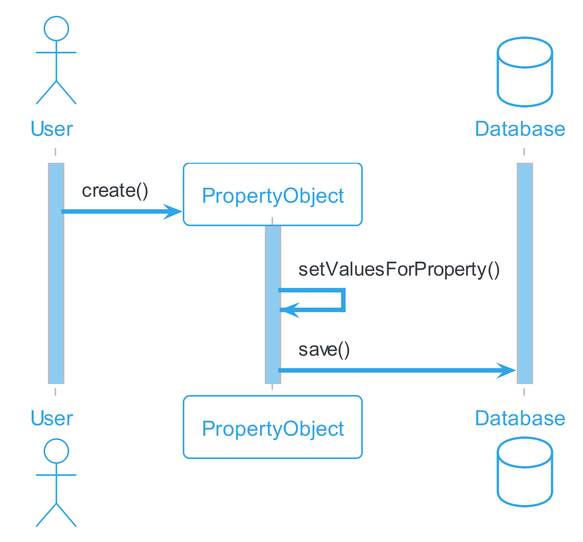
Above: docs/content/diagrams/out/sequenzdiagram/objektErfassen/ObjekttErfassen.png in sirtheta/ImmoGlobal_Semesterarbeit (PlantUML), before the change. Source of this version:
```plantuml
@startuml ObjekttErfassen
!theme cerulean-outline

skinparam sequence {
LifeLineBackgroundColor #8ECBF1
ParticipantPadding 2
}
skinparam dpi 300

actor User as user
activate user
participant PropertyObject as probj
database Database as db
activate db
create probj
user -> probj : create()
activate probj
probj ->probj : setValuesForProperty()
probj ->db : save()
@enduml
```
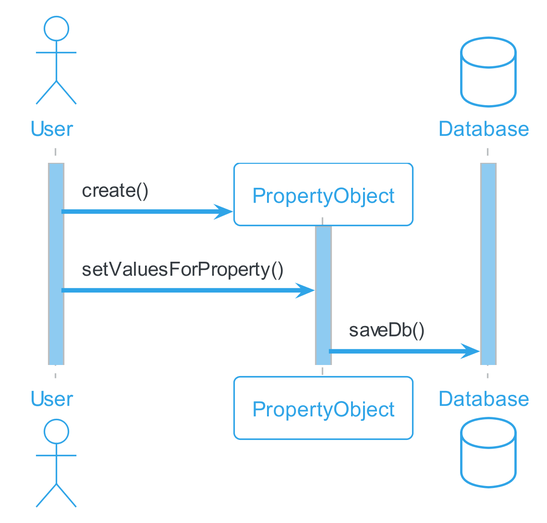
The same diagram one commit later.

Diff of the diagram source:
```diff
@@ -15,6 +15,6 @@
 create probj
 user -> probj : create()
 activate probj
-probj ->probj : setValuesForProperty()
-probj ->db : save()
+user ->probj : setValuesForProperty()
+probj ->db : saveDb()
 @enduml
```
